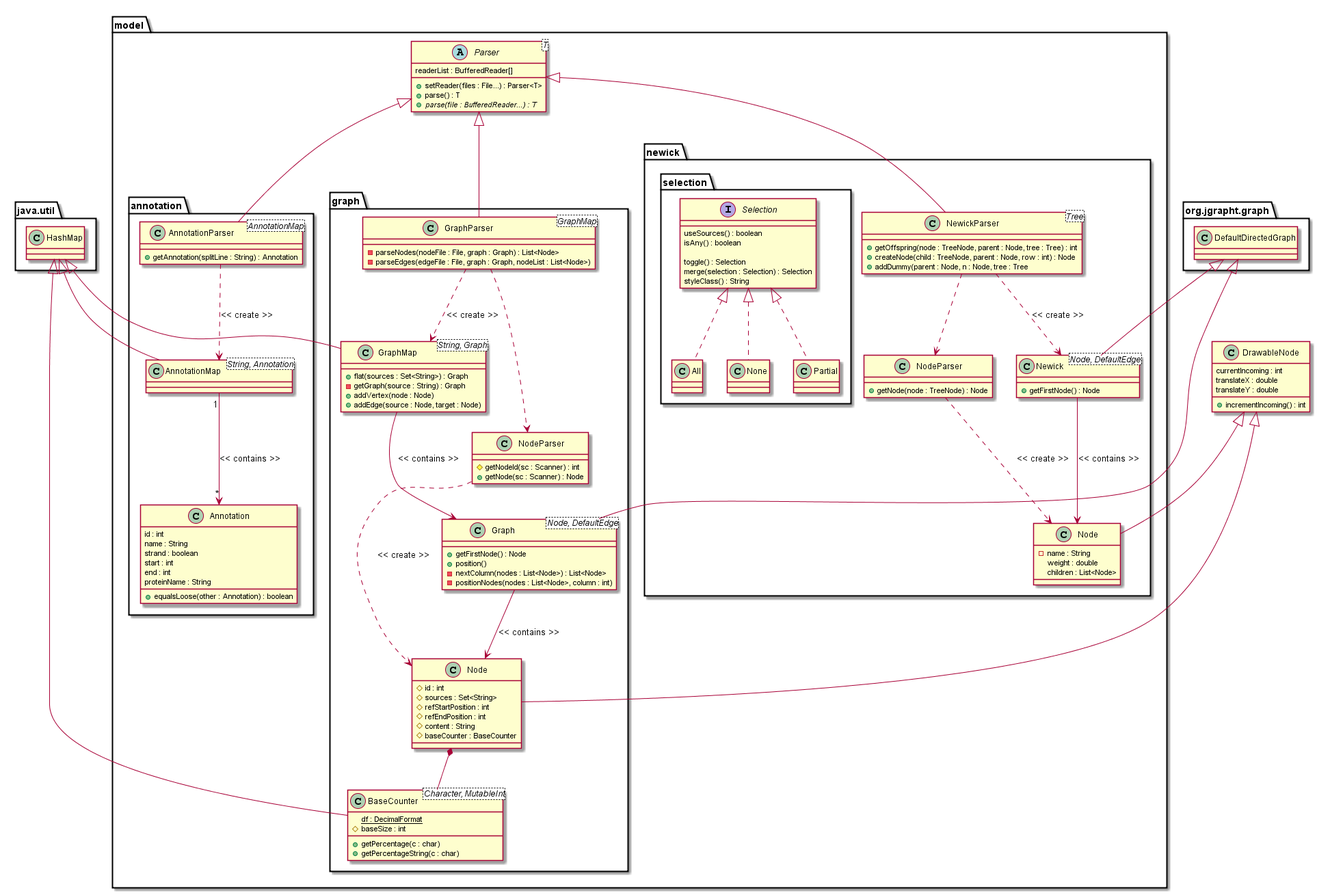
geex/geex.github.io keeps this PlantUML diagram as images/diagrams/model.png. Above is the earlier version.
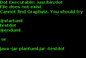
The same file after the commit.

Change to the diagram source:
```diff
@@ -24,6 +24,18 @@
         +getPercentage(c : char)
         +getPercentageString(c : char)
     }
+    abstract class DefaultGraph<T, DefaultWeightedEdge> extends org.jgrapht.graph.DefaultDirectedWeightedGraph {
+        +getFirstNodes() : List<T>
+        +getTargets(node : T) : List<T>
+        +getSources(node : T) : List<T>
+        +replace(oldNode : T, newNode : T)
+    }
+    abstract class DefaultNode {
+           sources : Set<String>
+           content : String
+
+           +getLabel(mainController : MainController, graphController : DefaultGraphController, drawableNode : DrawableNode) : DefaultLabel
+    }
     class graph.Node extends DrawableNode {
         # id : int
         # sources : Set<String>
@@ -37,21 +49,35 @@
         +getNode(sc : Scanner) : Node
     }
 
-    class Graph<Node, DefaultEdge> extends org.jgrapht.graph.DefaultDirectedGraph {
-        +getFirstNode() : Node
-        +position()
-        -nextColumn(nodes : List<Node>) : List<Node>
-        -positionNodes(nodes : List<Node>, column : int)
-    }
-    class GraphMap<String, Graph> extends java.util.HashMap {
+    class Graph extends StackGraph
+    class GraphMap<String, Graph> extends java.util.concurrent.ConcurrentHashMap {
         +flat(sources : Set<String>) : Graph
+        -getGraphList(sources : Set<String>) : List<Graph>
         -getGraph(source : String) : Graph
         +addVertex(node : Node)
         +addEdge(source : Node, target : Node)
+        +filter()
+    }
+    class GraphNode extends DefaultNode {
+        nodes : Set<DefaultNode>
     }
     class GraphParser<GraphMap> extends Parser {
         -parseNodes(nodeFile : File, graph : Graph) : List<Node>
         -parseEdges(edgeFile : File, graph : Graph, nodeList : List<Node>)
+    }
+    class SinglePointGraph extends StackGraph {
+        singlePart : Set<DefaultNode>
+        single : Map<DefaultNode, DefaultNode>
+        graph : StackGraph
+
+        -markSingle()
+        -filterSingle()
+        -replaceSingle()
+    }
+
+    abstract class StackGraph<DefaultNode> extends DefaultGraph {
+        #setGraph(stackGraph : StackGraph)
+        +createSubGraph(nodes : Set<DefaultNode>) : Graph
     }
 
 
@@ -63,20 +89,29 @@
 
     graph.NodeParser ..> graph.Node : << create >>
     graph.Node *-- BaseCounter
+
+    StackGraph --> DefaultNode : << contains >>
+
+    DefaultNode --> DefaultNode : << contains >>
 }
 
 
 package newick {
     class newick.Node extends DrawableNode {
         - name : String
-        weight : double
-        children : List<Node>
+        - weight : double
+        - children : List<Node>
+        - parent : Node
+        - selection : Selection
     }
     class newick.NodeParser {
         +getNode(node : TreeNode) : Node
     }
     class Newick<Node, DefaultEdge> extends org.jgrapht.graph.DefaultDirectedGraph {
+        root : newick.Node
+
         +getFirstNode() : Node
+        +toString(node : Node, level : int)
     }
     class NewickParser<Tree> extends Parser {
         +getOffspring(node : TreeNode, parent : Node, tree : Tree) : int
@@ -126,5 +161,21 @@
     AnnotationParser ..> AnnotationMap : << create >>
     AnnotationMap "1" --> "*" Annotation : << contains >>
 }
+
+package resistance {
+    class Resistance {
+        geneName : String
+        typeOfMutation : String
+        change : String
+        genomePosition : int
+    }
+    class ResistanceMap<Integer, Resistance> extends java.util.HashMap
+    class ResistanceParser<ResistanceMap> extends Parser {
+        +getResistance(splitLine : String[]) : Resistance
+    }
+
+    ResistanceParser ..> ResistanceMap : << create >>
+    ResistanceMap "1" --> "*" Resistance : << contains >>
+}
 }
 @enduml
```
